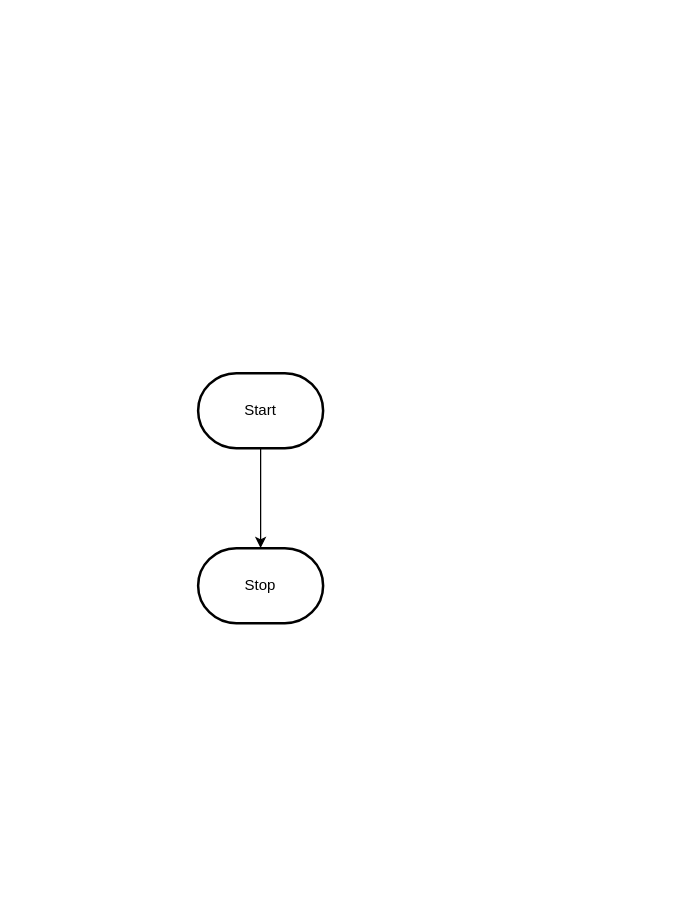
The draw.io diagram design/flowchart.drawio in MTHS-ICD2O-1-2023/ICD2O-Unit-5-02-Gabriel-Zanardi, before the edit. Source tidied: cells renumbered, new cells numbered last; positions are measured from the earlier drawing's top-left corner, leaving out a move shared by most shapes. Both pictures are drawn from the tidied source at 125%, with x=0, y=0 at pixel (198, 372).
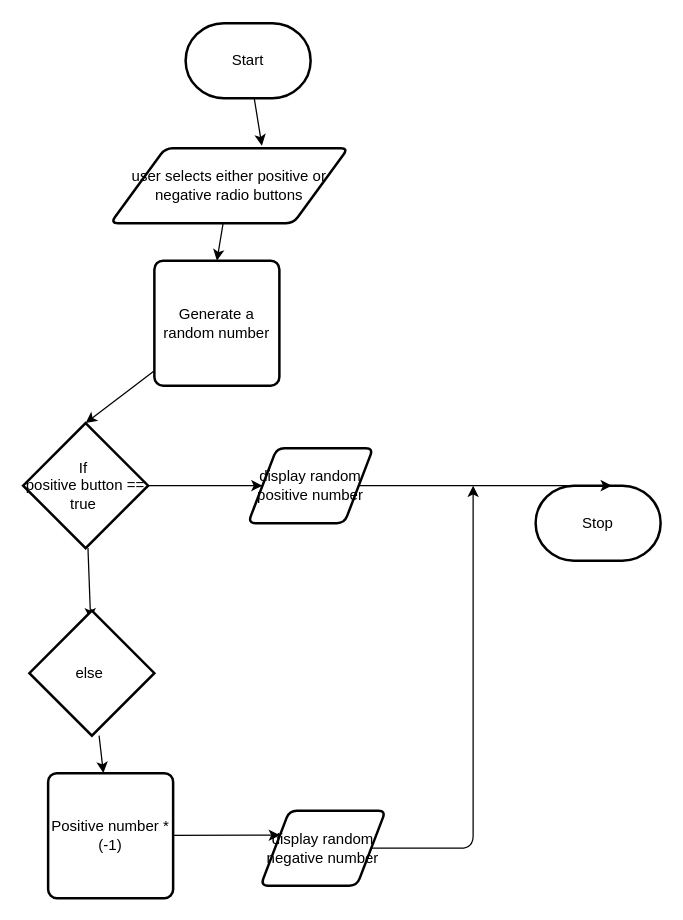
Above is the later version.

Commit message (it also covers changes not shown here):
did both storyboard and flowchart and exported them

Change to the diagram source:
```diff
@@
-    <mxCell id="2" style="edgeStyle=orthogonalEdgeStyle;html=1;rounded=0;" parent="1" edge="1" source="3" target="4">
-      <mxGeometry relative="1" as="geometry" />
-    </mxCell>
+    <mxCell id="5" style="edgeStyle=none;html=1;entryX=0.637;entryY=-0.033;entryDx=0;entryDy=0;entryPerimeter=0;" parent="1" edge="1" source="3" target="2">
+      <mxGeometry relative="1" as="geometry" />
+    </mxCell>
     <mxCell id="3" value="Start" style="strokeWidth=2;html=1;shape=mxgraph.flowchart.terminator;whiteSpace=wrap;" parent="1" vertex="1">
-      <mxGeometry width="100" height="60" as="geometry" />
+      <mxGeometry x="-10" y="-280" width="100" height="60" as="geometry" />
     </mxCell>
     <mxCell id="4" value="Stop" style="strokeWidth=2;html=1;shape=mxgraph.flowchart.terminator;whiteSpace=wrap;" parent="1" vertex="1">
-      <mxGeometry y="140" width="100" height="60" as="geometry" />
+      <mxGeometry x="270" y="90" width="100" height="60" as="geometry" />
     </mxCell>
+    <mxCell id="6" style="edgeStyle=none;html=1;entryX=0.5;entryY=0;entryDx=0;entryDy=0;" parent="1" edge="1" source="2" target="8">
+      <mxGeometry relative="1" as="geometry" />
+    </mxCell>
+    <mxCell id="2" value="user selects either positive or negative radio buttons" style="shape=parallelogram;html=1;strokeWidth=2;perimeter=parallelogramPerimeter;whiteSpace=wrap;rounded=1;arcSize=12;size=0.23;" parent="1" vertex="1">
+      <mxGeometry x="-70" y="-180" width="190" height="60" as="geometry" />
+    </mxCell>
+    <mxCell id="7" style="edgeStyle=none;html=1;entryX=0.5;entryY=0;entryDx=0;entryDy=0;entryPerimeter=0;" parent="1" edge="1" source="8" target="11">
+      <mxGeometry relative="1" as="geometry" />
+    </mxCell>
+    <mxCell id="8" value="Generate a random number" style="rounded=1;whiteSpace=wrap;html=1;absoluteArcSize=1;arcSize=14;strokeWidth=2;" parent="1" vertex="1">
+      <mxGeometry x="-35" y="-90" width="100" height="100" as="geometry" />
+    </mxCell>
+    <mxCell id="9" style="edgeStyle=none;html=1;entryX=0.49;entryY=0.07;entryDx=0;entryDy=0;entryPerimeter=0;" parent="1" edge="1" source="11" target="13">
+      <mxGeometry relative="1" as="geometry" />
+    </mxCell>
+    <mxCell id="10" style="edgeStyle=none;html=1;entryX=0;entryY=0.5;entryDx=0;entryDy=0;" parent="1" edge="1" source="11" target="15">
+      <mxGeometry relative="1" as="geometry" />
+    </mxCell>
+    <mxCell id="11" value="If&amp;nbsp;&lt;br&gt;positive button == true&amp;nbsp;" style="strokeWidth=2;html=1;shape=mxgraph.flowchart.decision;whiteSpace=wrap;" parent="1" vertex="1">
+      <mxGeometry x="-140" y="40" width="100" height="100" as="geometry" />
+    </mxCell>
+    <mxCell id="12" style="edgeStyle=none;html=1;" parent="1" edge="1" source="13" target="17">
+      <mxGeometry relative="1" as="geometry" />
+    </mxCell>
+    <mxCell id="13" value="else&amp;nbsp;&lt;br&gt;" style="strokeWidth=2;html=1;shape=mxgraph.flowchart.decision;whiteSpace=wrap;" parent="1" vertex="1">
+      <mxGeometry x="-135" y="190" width="100" height="100" as="geometry" />
+    </mxCell>
+    <mxCell id="14" style="edgeStyle=none;html=1;entryX=0.61;entryY=0;entryDx=0;entryDy=0;entryPerimeter=0;" parent="1" edge="1" source="15" target="4">
+      <mxGeometry relative="1" as="geometry" />
+    </mxCell>
+    <mxCell id="15" value="display random positive number" style="shape=parallelogram;html=1;strokeWidth=2;perimeter=parallelogramPerimeter;whiteSpace=wrap;rounded=1;arcSize=12;size=0.23;" parent="1" vertex="1">
+      <mxGeometry x="40" y="60" width="100" height="60" as="geometry" />
+    </mxCell>
+    <mxCell id="16" style="edgeStyle=none;html=1;entryX=0;entryY=0.25;entryDx=0;entryDy=0;" parent="1" edge="1" source="17" target="19">
+      <mxGeometry relative="1" as="geometry" />
+    </mxCell>
+    <mxCell id="17" value="Positive number * (-1)" style="rounded=1;whiteSpace=wrap;html=1;absoluteArcSize=1;arcSize=14;strokeWidth=2;" parent="1" vertex="1">
+      <mxGeometry x="-120" y="320" width="100" height="100" as="geometry" />
+    </mxCell>
+    <mxCell id="18" style="edgeStyle=none;html=1;" parent="1" edge="1" source="19">
+      <mxGeometry relative="1" as="geometry">
+        <mxPoint x="220" y="90" as="targetPoint" />
+        <Array as="points">
+          <mxPoint x="220" y="380" />
+        </Array>
+      </mxGeometry>
+    </mxCell>
+    <mxCell id="19" value="display random negative number" style="shape=parallelogram;html=1;strokeWidth=2;perimeter=parallelogramPerimeter;whiteSpace=wrap;rounded=1;arcSize=12;size=0.23;" parent="1" vertex="1">
+      <mxGeometry x="50" y="350" width="100" height="60" as="geometry" />
+    </mxCell>
```
